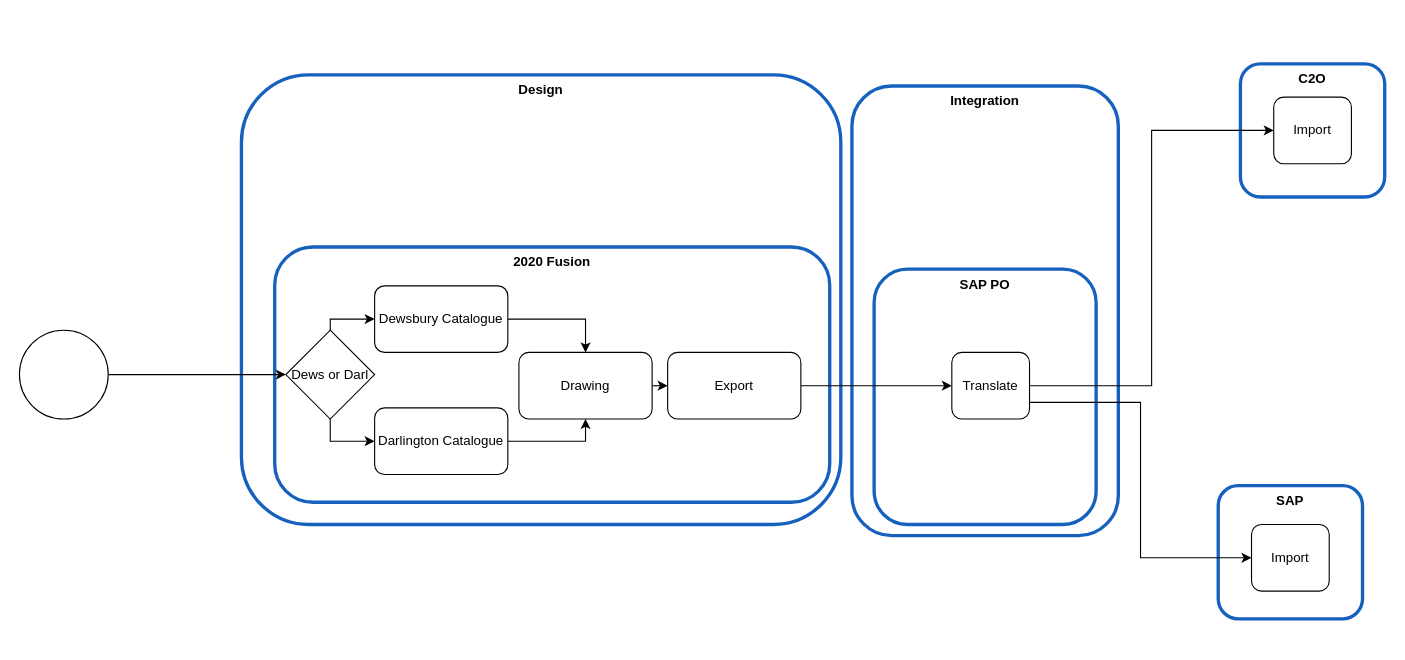
Earlier version of the draw.io diagram page "Start of design- Multi Catalogue" (1 of 7) of Mendel.drawio (mrf742002/Diagrams). Source tidied: cells renumbered, new cells numbered last; positions are measured from the earlier drawing's top-left corner, leaving out a move shared by most shapes. Both pictures are drawn from the tidied source at 111%, with x=0, y=0 at pixel (19, 63).
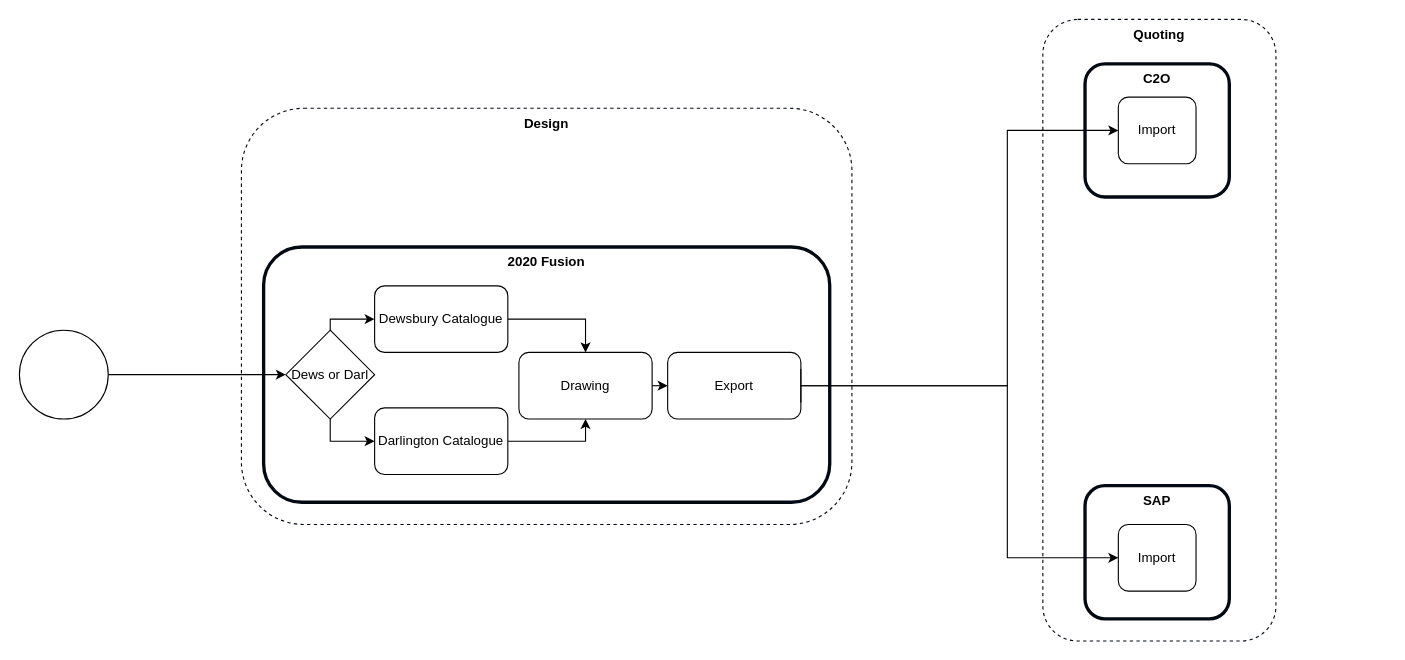
The same diagram, later.

Unchanged cells that the change refers to:
```xml
<mxCell id="13" value="Export" style="rounded=1;whiteSpace=wrap;html=1;" parent="1" vertex="1">
  <mxGeometry x="584" y="260" width="120" height="60" as="geometry" />
</mxCell>
```

Change to the diagram source:
```diff
@@
+    <mxCell id="26" value="&lt;b&gt;Quoting&lt;/b&gt;" style="rounded=1;whiteSpace=wrap;html=1;verticalAlign=top;strokeWidth=1;strokeColor=#020912;dashed=1;" parent="1" vertex="1">
+      <mxGeometry x="922" y="-40" width="210" height="560" as="geometry" />
+    </mxCell>
-    <mxCell id="2" value="&lt;b&gt;Design&lt;/b&gt;" style="rounded=1;whiteSpace=wrap;html=1;verticalAlign=top;strokeWidth=3;strokeColor=#1661BE;" parent="1" vertex="1">
-      <mxGeometry x="200" y="10" width="540" height="405" as="geometry" />
+    <mxCell id="2" value="&lt;b&gt;Design&lt;/b&gt;" style="rounded=1;whiteSpace=wrap;html=1;verticalAlign=top;strokeWidth=1;strokeColor=#020912;dashed=1;" parent="1" vertex="1">
+      <mxGeometry x="200" y="40" width="550" height="375" as="geometry" />
     </mxCell>
-    <mxCell id="3" value="&lt;b&gt;2020 Fusion&lt;/b&gt;" style="rounded=1;whiteSpace=wrap;html=1;verticalAlign=top;strokeWidth=3;strokeColor=#1661BE;" parent="1" vertex="1">
-      <mxGeometry x="230" y="165" width="500" height="230" as="geometry" />
+    <mxCell id="3" value="&lt;b&gt;2020 Fusion&lt;/b&gt;" style="rounded=1;whiteSpace=wrap;html=1;verticalAlign=top;strokeWidth=3;strokeColor=#020912;" parent="1" vertex="1">
+      <mxGeometry x="220" y="165" width="510" height="230" as="geometry" />
     </mxCell>
-    <mxCell id="4" value="&lt;b&gt;Integration&lt;/b&gt;" style="rounded=1;whiteSpace=wrap;html=1;verticalAlign=top;strokeWidth=3;strokeColor=#1661BE;" parent="1" vertex="1">
-      <mxGeometry x="750" y="20" width="240" height="405" as="geometry" />
-    </mxCell>
-    <mxCell id="5" value="&lt;b&gt;SAP PO&lt;/b&gt;" style="rounded=1;whiteSpace=wrap;html=1;verticalAlign=top;strokeWidth=3;strokeColor=#1661BE;" parent="1" vertex="1">
-      <mxGeometry x="770" y="185" width="200" height="230" as="geometry" />
-    </mxCell>
@@
-    <mxCell id="12" style="edgeStyle=orthogonalEdgeStyle;rounded=0;jettySize=auto;html=1;exitX=1;exitY=0.5;exitDx=0;exitDy=0;entryX=0;entryY=0.5;entryDx=0;entryDy=0;" parent="1" edge="1" source="13" target="17">
-      <mxGeometry relative="1" as="geometry" />
-    </mxCell>
@@
-    <mxCell id="14" value="&lt;b&gt;C2O&lt;/b&gt;" style="rounded=1;whiteSpace=wrap;html=1;verticalAlign=top;strokeWidth=3;strokeColor=#1661BE;" parent="1" vertex="1">
-      <mxGeometry x="1100" width="130" height="120" as="geometry" />
+    <mxCell id="14" value="&lt;b&gt;C2O&lt;/b&gt;" style="rounded=1;whiteSpace=wrap;html=1;verticalAlign=top;strokeWidth=3;strokeColor=#020912;" parent="1" vertex="1">
+      <mxGeometry x="960" width="130" height="120" as="geometry" />
     </mxCell>
-    <mxCell id="15" value="&lt;b&gt;SAP&lt;/b&gt;" style="rounded=1;whiteSpace=wrap;html=1;verticalAlign=top;strokeWidth=3;strokeColor=#1661BE;" parent="1" vertex="1">
-      <mxGeometry x="1080" y="380" width="130" height="120" as="geometry" />
+    <mxCell id="15" value="&lt;b&gt;SAP&lt;/b&gt;" style="rounded=1;whiteSpace=wrap;html=1;verticalAlign=top;strokeWidth=3;strokeColor=#020912;" parent="1" vertex="1">
+      <mxGeometry x="960" y="380" width="130" height="120" as="geometry" />
     </mxCell>
-    <mxCell id="16" style="edgeStyle=orthogonalEdgeStyle;rounded=0;jettySize=auto;html=1;entryX=0;entryY=0.5;entryDx=0;entryDy=0;" parent="1" edge="1" source="17" target="18">
-      <mxGeometry relative="1" as="geometry" />
+    <mxCell id="16" style="edgeStyle=orthogonalEdgeStyle;rounded=0;jettySize=auto;html=1;entryX=0;entryY=0.5;entryDx=0;entryDy=0;exitX=1;exitY=0.25;exitDx=0;exitDy=0;" parent="1" edge="1" source="13" target="18">
+      <mxGeometry relative="1" as="geometry">
+        <Array as="points">
+          <mxPoint x="704" y="290" />
+          <mxPoint x="890" y="290" />
+          <mxPoint x="890" y="60" />
+        </Array>
+      </mxGeometry>
     </mxCell>
-    <mxCell id="17" value="Translate" style="rounded=1;whiteSpace=wrap;html=1;" parent="1" vertex="1">
-      <mxGeometry x="840" y="260" width="70" height="60" as="geometry" />
-    </mxCell>
     <mxCell id="18" value="Import" style="rounded=1;whiteSpace=wrap;html=1;" parent="1" vertex="1">
-      <mxGeometry x="1130" y="30" width="70" height="60" as="geometry" />
+      <mxGeometry x="990" y="30" width="70" height="60" as="geometry" />
     </mxCell>
-    <mxCell id="19" style="edgeStyle=orthogonalEdgeStyle;rounded=0;jettySize=auto;html=1;exitX=1;exitY=0.75;exitDx=0;exitDy=0;entryX=0;entryY=0.5;entryDx=0;entryDy=0;" parent="1" edge="1" source="17" target="20">
-      <mxGeometry relative="1" as="geometry" />
-    </mxCell>
-    <mxCell id="20" value="Import" style="rounded=1;whiteSpace=wrap;html=1;" parent="1" vertex="1">
-      <mxGeometry x="1110" y="415" width="70" height="60" as="geometry" />
-    </mxCell>
@@
+    <mxCell id="20" value="Import" style="rounded=1;whiteSpace=wrap;html=1;" parent="1" vertex="1">
+      <mxGeometry x="990" y="415" width="70" height="60" as="geometry" />
+    </mxCell>
+    <mxCell id="27" style="edgeStyle=orthogonalEdgeStyle;rounded=0;jettySize=auto;html=1;exitX=1;exitY=0.75;exitDx=0;exitDy=0;entryX=0;entryY=0.5;entryDx=0;entryDy=0;" parent="1" edge="1" source="13" target="20">
+      <mxGeometry relative="1" as="geometry">
+        <Array as="points">
+          <mxPoint x="704" y="290" />
+          <mxPoint x="890" y="290" />
+          <mxPoint x="890" y="445" />
+        </Array>
+      </mxGeometry>
+    </mxCell>
```
